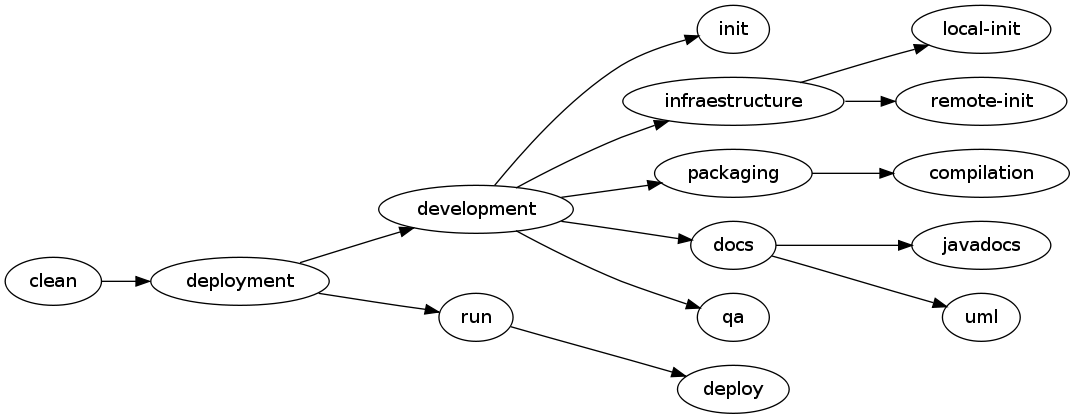
Above: docs/vizant/build.png in jabrena/liverobots (Graphviz), before the change. Its source is kept beside it as docs/vizant/build.dot. The source it was exported from:
```dot
digraph "G" {
    graph ["rankdir"="LR",];
    "init";
    "development";
    "development" -> "init";
    "development" -> "infraestructure";
    "development" -> "packaging";
    "development" -> "docs";
    "development" -> "qa";
    "infraestructure";
    "infraestructure" -> "local-init";
    "infraestructure" -> "remote-init";
    "local-init";
    "remote-init";
    "compilation";
    "packaging";
    "packaging" -> "compilation";
    "docs";
    "docs" -> "javadocs";
    "docs" -> "uml";
    "javadocs";
    "uml";
    "qa";
    "deployment";
    "deployment" -> "development";
    "deployment" -> "run";
    "deploy";
    "run";
    "run" -> "deploy";
    "clean";
    "clean" -> "deployment";
}
```
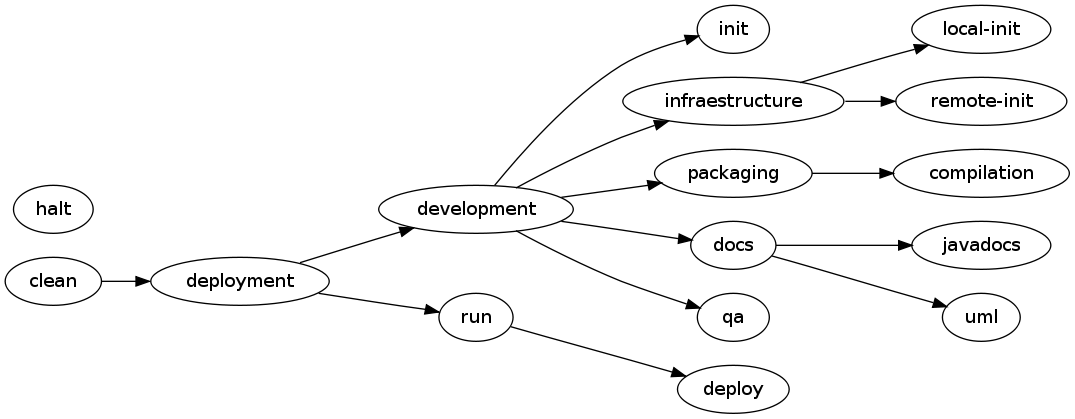
The same file after the commit.

Commit message:
Halt Target

What changed in the source:
```diff
@@ -29,4 +29,5 @@
     "run" -> "deploy";
     "clean";
     "clean" -> "deployment";
+    "halt";
 }
```
